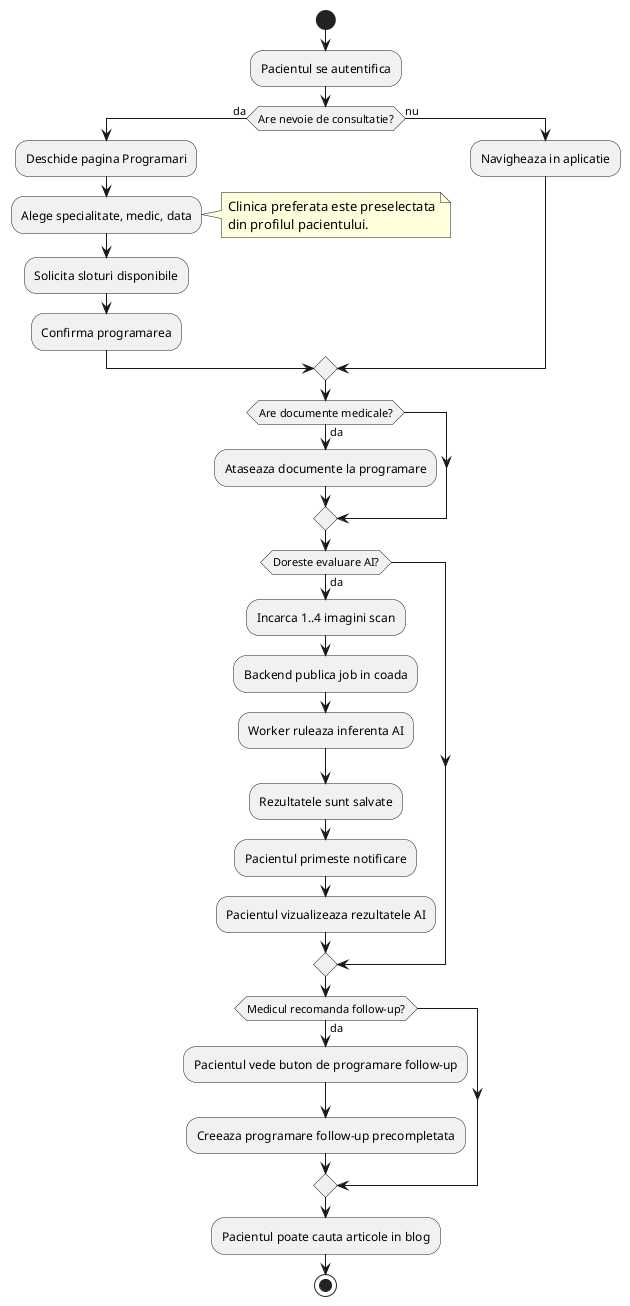
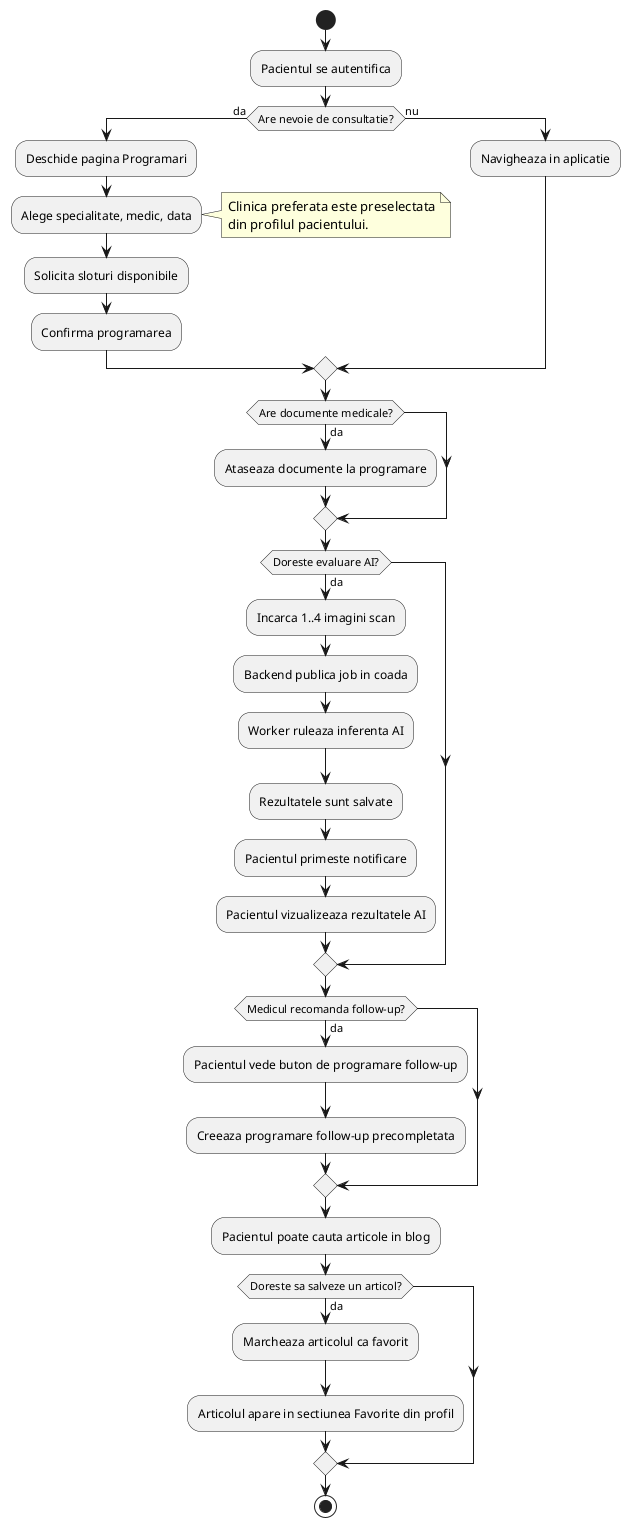
@startuml
start

:Pacientul se autentifica;

if (Are nevoie de consultatie?) then (da)
  :Deschide pagina Programari;
  :Alege specialitate, medic, data;
  note right
    Clinica preferata este preselectata
    din profilul pacientului.
  end note
  :Solicita sloturi disponibile;
  :Confirma programarea;
else (nu)
  :Navigheaza in aplicatie;
endif

if (Are documente medicale?) then (da)
  :Ataseaza documente la programare;
endif

if (Doreste evaluare AI?) then (da)
  :Incarca 1..4 imagini scan;
  :Backend publica job in coada;
  :Worker ruleaza inferenta AI;
  :Rezultatele sunt salvate;
  :Pacientul primeste notificare;
  :Pacientul vizualizeaza rezultatele AI;
endif

if (Medicul recomanda follow-up?) then (da)
  :Pacientul vede buton de programare follow-up;
  :Creeaza programare follow-up precompletata;
endif

:Pacientul poate cauta articole in blog;
+ if (Doreste sa salveze un articol?) then (da)
+   :Marcheaza articolul ca favorit;
+   :Articolul apare in sectiunea Favorite din profil;
+ endif
stop

@enduml